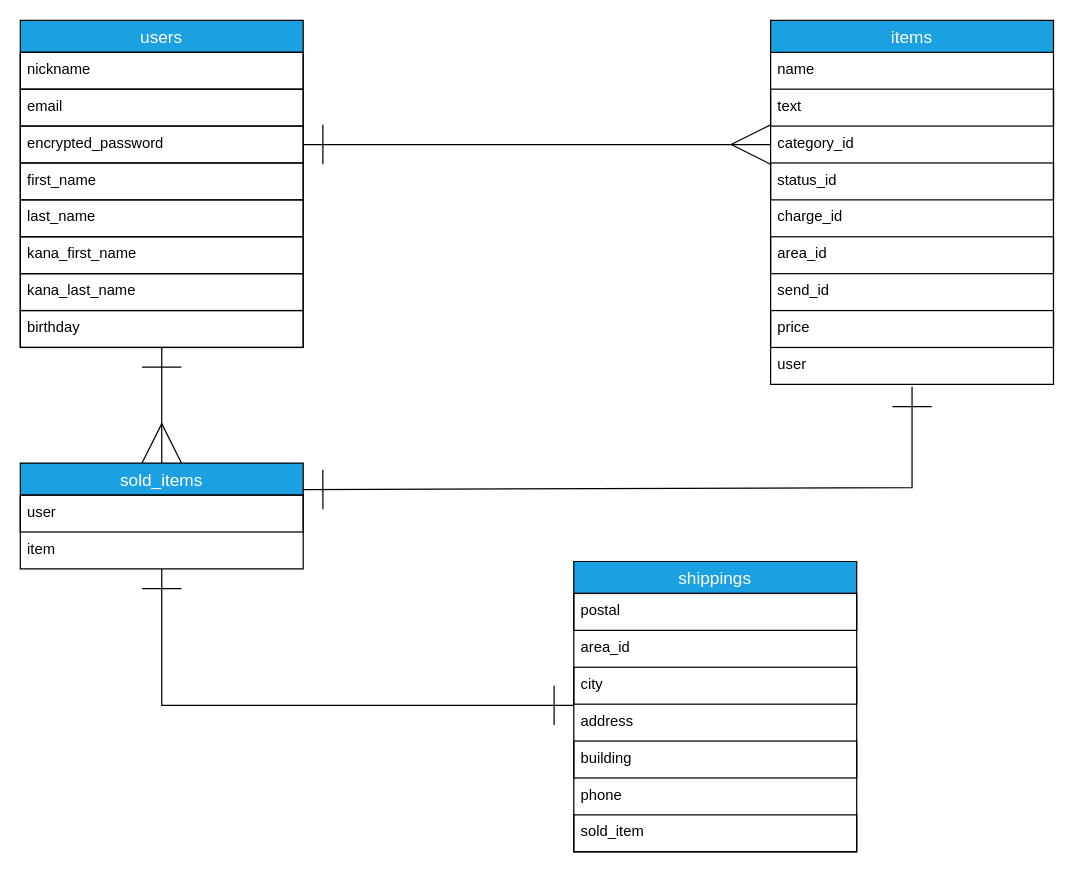
Above: furima.dio in matsuikohei/furima-38001 (draw.io), before the change. Source tidied: cells renumbered, new cells numbered last; positions are measured from the earlier drawing's top-left corner, leaving out a move shared by most shapes. Both pictures are drawn from the tidied source at 123%, with x=0, y=0 at pixel (20, 20).
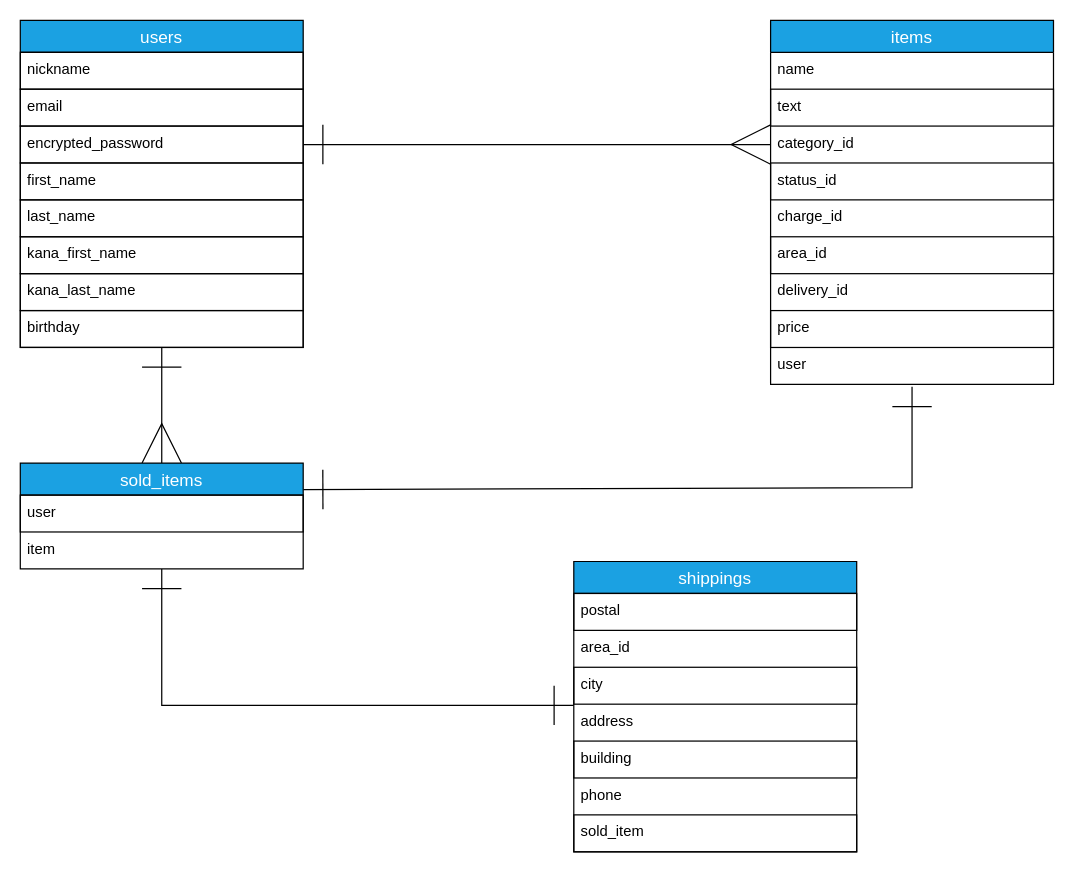
The same diagram, later.

Commit message (it also covers changes not shown here):
データベース設計の修正

Unchanged cells that the change refers to:
```xml
<mxCell id="12" value="items" style="swimlane;fontStyle=0;horizontal=1;startSize=26;align=center;fontSize=14;strokeColor=default;fillColor=#1ba1e2;fontColor=#ffffff;" parent="1" vertex="1">
  <mxGeometry x="610" width="230" height="296" as="geometry" />
</mxCell>
```

The edit, as a diff of the source:
```diff
@@
-    <mxCell id="19" value="send_id" style="text;strokeColor=none;fillColor=none;spacingLeft=4;spacingRight=4;overflow=hidden;fontSize=12;" parent="12" vertex="1">
+    <mxCell id="19" value="delivery_id" style="text;strokeColor=none;fillColor=none;spacingLeft=4;spacingRight=4;overflow=hidden;fontSize=12;" parent="12" vertex="1">
       <mxGeometry y="206" width="230" height="30" as="geometry" />
     </mxCell>
```
